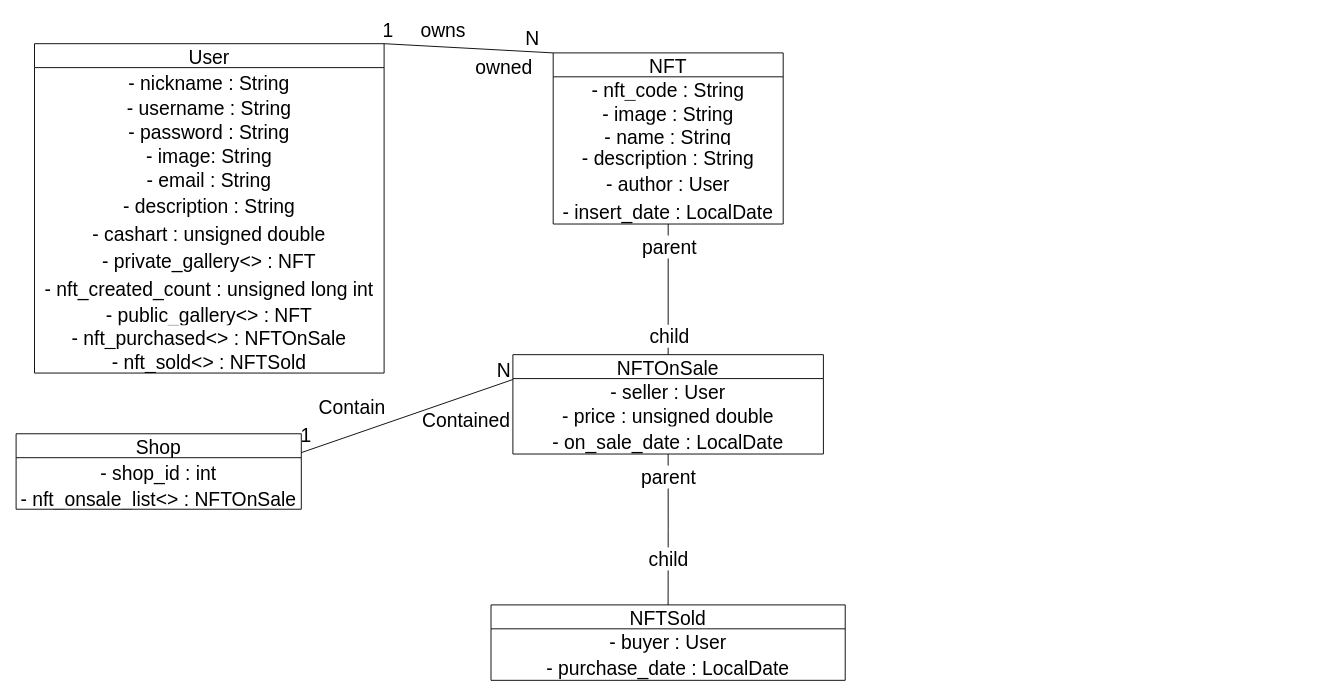
Earlier version of the draw.io diagram Data_Model.drawio (Pietroalex/Compravendita_NFT). Source tidied: cells renumbered, new cells numbered last; positions are measured from the earlier drawing's top-left corner, leaving out a move shared by most shapes. Both pictures are drawn from the tidied source at 92%, with x=0, y=0 at pixel (16, 16).
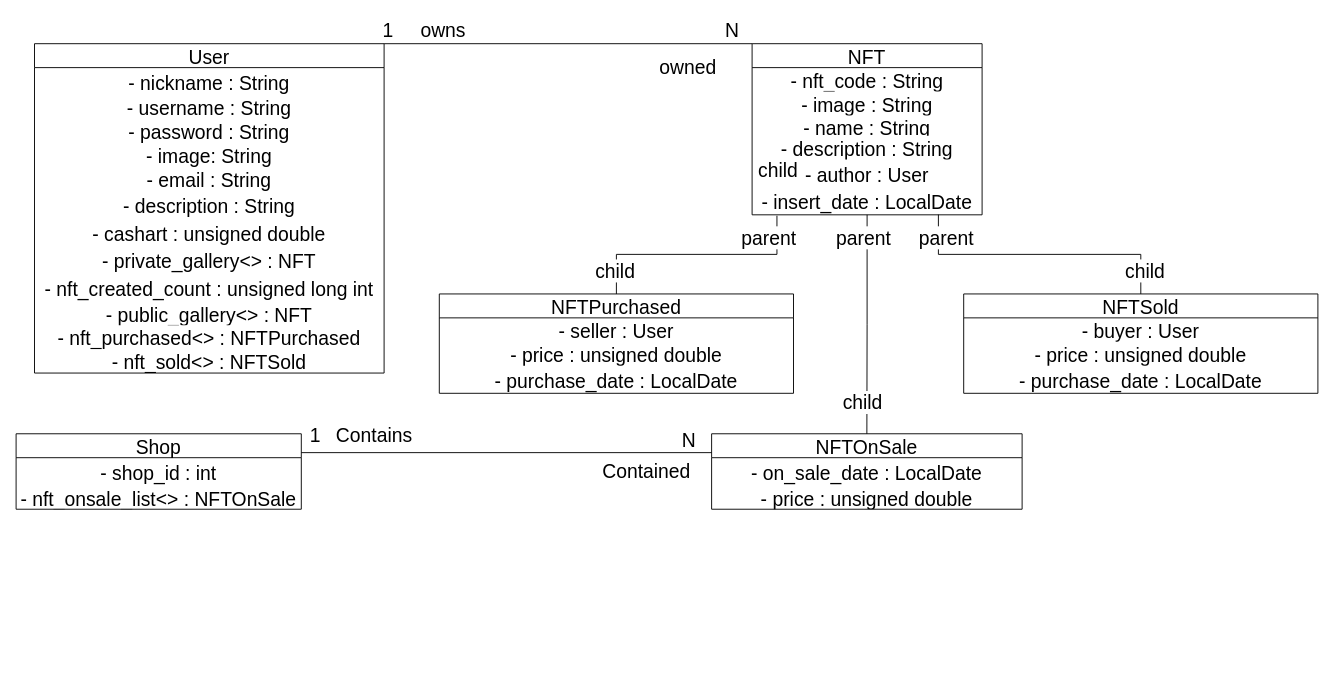
The same page after the edit.

Unchanged cells that the change refers to:
```xml
<mxCell id="2" value="User" style="swimlane;fontStyle=0;horizontal=1;startSize=26;fillColor=none;fontSize=21;labelPosition=center;verticalLabelPosition=middle;align=center;verticalAlign=middle;swimlaneLine=1;glass=0;rounded=0;shadow=0;sketch=0;spacing=2;" parent="1" vertex="1">
  <mxGeometry x="20" y="30" width="380" height="358" as="geometry" />
</mxCell>
<mxCell id="24" value="- insert_date : LocalDate" style="text;strokeColor=none;fillColor=none;spacingLeft=4;spacingRight=4;overflow=hidden;points=[[0,0.5],[1,0.5]];portConstraint=eastwest;fontSize=21;labelPosition=center;verticalLabelPosition=middle;align=center;verticalAlign=middle;" parent="18" vertex="1">
  <mxGeometry y="156" width="250" height="30" as="geometry" />
</mxCell>
<mxCell id="29" style="endArrow=none;html=1;edgeStyle=orthogonalEdgeStyle;rounded=0;entryX=0.5;entryY=0;entryDx=0;entryDy=0;exitX=0.5;exitY=1;exitDx=0;exitDy=0;fontSize=21;labelPosition=center;verticalLabelPosition=middle;align=center;verticalAlign=middle;" parent="1" edge="1" source="18" target="25">
  <mxGeometry relative="1" as="geometry" />
</mxCell>
<mxCell id="41" style="endArrow=none;html=1;rounded=0;entryX=0;entryY=0.25;entryDx=0;entryDy=0;startArrow=none;fontSize=21;labelPosition=center;verticalLabelPosition=middle;align=center;verticalAlign=middle;exitX=1;exitY=0.25;exitDx=0;exitDy=0;" parent="1" edge="1" source="15" target="25">
  <mxGeometry relative="1" as="geometry" />
</mxCell>
```

Diff of the diagram source:
```diff
@@
-    <mxCell id="13" value="- nft_purchased&lt;&gt; : NFTOnSale" style="text;strokeColor=none;fillColor=none;align=center;verticalAlign=middle;spacingLeft=4;spacingRight=4;overflow=hidden;fontSize=21;labelPosition=center;verticalLabelPosition=middle;swimlaneLine=1;glass=0;rounded=0;shadow=0;sketch=0;spacing=2;" parent="2" vertex="1">
+    <mxCell id="13" value="- nft_purchased&lt;&gt; : NFTPurchased" style="text;strokeColor=none;fillColor=none;align=center;verticalAlign=middle;spacingLeft=4;spacingRight=4;overflow=hidden;fontSize=21;labelPosition=center;verticalLabelPosition=middle;swimlaneLine=1;glass=0;rounded=0;shadow=0;sketch=0;spacing=2;" parent="2" vertex="1">
       <mxGeometry y="306" width="380" height="26" as="geometry" />
     </mxCell>
@@
     <mxCell id="18" value="NFT" style="swimlane;fontStyle=0;horizontal=1;startSize=26;fillColor=none;fontSize=21;labelPosition=center;verticalLabelPosition=middle;align=center;verticalAlign=middle;" parent="1" vertex="1">
-      <mxGeometry x="583.8" y="40" width="250" height="186" as="geometry" />
+      <mxGeometry x="800" y="30" width="250" height="186" as="geometry" />
     </mxCell>
@@
     <mxCell id="25" value="NFTOnSale" style="swimlane;fontStyle=0;horizontal=1;startSize=26;fillColor=none;fontSize=21;labelPosition=center;verticalLabelPosition=middle;align=center;verticalAlign=middle;" parent="1" vertex="1">
-      <mxGeometry x="540" y="368" width="337.5" height="108" as="geometry" />
+      <mxGeometry x="756" y="454" width="337.5" height="82" as="geometry" />
     </mxCell>
-    <mxCell id="26" value="- seller : User" style="text;strokeColor=none;fillColor=none;align=center;verticalAlign=middle;spacingLeft=4;spacingRight=4;overflow=hidden;fontSize=21;labelPosition=center;verticalLabelPosition=middle;" parent="25" vertex="1">
-      <mxGeometry y="26" width="337.5" height="26" as="geometry" />
-    </mxCell>
-    <mxCell id="27" value="- price : unsigned double" style="text;strokeColor=none;fillColor=none;align=center;verticalAlign=middle;spacingLeft=4;spacingRight=4;overflow=hidden;fontSize=21;labelPosition=center;verticalLabelPosition=middle;" parent="25" vertex="1">
-      <mxGeometry y="52" width="337.5" height="26" as="geometry" />
-    </mxCell>
     <mxCell id="28" value="- on_sale_date : LocalDate" style="text;strokeColor=none;fillColor=none;spacingLeft=4;spacingRight=4;overflow=hidden;points=[[0,0.5],[1,0.5]];portConstraint=eastwest;fontSize=21;labelPosition=center;verticalLabelPosition=middle;align=center;verticalAlign=middle;" parent="25" vertex="1">
-      <mxGeometry y="78" width="337.5" height="30" as="geometry" />
+      <mxGeometry y="26" width="337.5" height="30" as="geometry" />
     </mxCell>
+    <mxCell id="48" value="- price : unsigned double" style="text;strokeColor=none;fillColor=none;align=center;verticalAlign=middle;spacingLeft=4;spacingRight=4;overflow=hidden;fontSize=21;labelPosition=center;verticalLabelPosition=middle;" parent="25" vertex="1">
+      <mxGeometry y="56" width="337.5" height="26" as="geometry" />
+    </mxCell>
@@
     <mxCell id="30" value="parent" style="edgeLabel;html=1;align=center;verticalAlign=middle;fontSize=21;labelPosition=center;verticalLabelPosition=middle;" parent="29" vertex="1">
       <mxGeometry x="-1" relative="1" as="geometry">
-        <mxPoint x="1" y="24" as="offset" />
+        <mxPoint x="-5" y="24" as="offset" />
       </mxGeometry>
     </mxCell>
     <mxCell id="31" value="child" style="edgeLabel;html=1;align=center;verticalAlign=middle;fontSize=21;labelPosition=center;verticalLabelPosition=middle;" parent="29" vertex="1">
       <mxGeometry x="1" relative="1" as="geometry">
-        <mxPoint x="1" y="-20" as="offset" />
+        <mxPoint x="-5" y="-34" as="offset" />
       </mxGeometry>
     </mxCell>
     <mxCell id="32" value="NFTSold" style="swimlane;fontStyle=0;horizontal=1;startSize=26;fillColor=none;fontSize=21;labelPosition=center;verticalLabelPosition=middle;align=center;verticalAlign=middle;" parent="1" vertex="1">
-      <mxGeometry x="516.2" y="640" width="385" height="82" as="geometry" />
+      <mxGeometry x="1030" y="302" width="385" height="108" as="geometry" />
     </mxCell>
@@
+    <mxCell id="49" value="- price : unsigned double" style="text;strokeColor=none;fillColor=none;align=center;verticalAlign=middle;spacingLeft=4;spacingRight=4;overflow=hidden;fontSize=21;labelPosition=center;verticalLabelPosition=middle;" parent="32" vertex="1">
+      <mxGeometry y="52" width="385" height="26" as="geometry" />
+    </mxCell>
     <mxCell id="34" value="- purchase_date : LocalDate" style="text;strokeColor=none;fillColor=none;spacingLeft=4;spacingRight=4;overflow=hidden;fontSize=21;labelPosition=center;verticalLabelPosition=middle;align=center;verticalAlign=middle;" parent="32" vertex="1">
-      <mxGeometry y="52" width="385" height="30" as="geometry" />
+      <mxGeometry y="78" width="385" height="30" as="geometry" />
     </mxCell>
-    <mxCell id="35" style="endArrow=none;html=1;edgeStyle=orthogonalEdgeStyle;rounded=0;entryX=0.5;entryY=0;entryDx=0;entryDy=0;exitX=0.5;exitY=1.003;exitDx=0;exitDy=0;exitPerimeter=0;startArrow=none;fontSize=21;labelPosition=center;verticalLabelPosition=middle;align=center;verticalAlign=middle;" parent="1" edge="1" source="28" target="32">
+    <mxCell id="35" style="endArrow=none;html=1;edgeStyle=orthogonalEdgeStyle;rounded=0;entryX=0.5;entryY=0;entryDx=0;entryDy=0;startArrow=none;fontSize=21;labelPosition=center;verticalLabelPosition=middle;align=center;verticalAlign=middle;exitX=0.81;exitY=0.992;exitDx=0;exitDy=0;exitPerimeter=0;" parent="1" edge="1" source="24" target="32">
       <mxGeometry relative="1" as="geometry" />
     </mxCell>
     <mxCell id="36" value="child" style="edgeLabel;html=1;align=center;verticalAlign=middle;fontSize=21;labelPosition=center;verticalLabelPosition=middle;" parent="35" vertex="1">
       <mxGeometry x="1" relative="1" as="geometry">
-        <mxPoint y="-50" as="offset" />
+        <mxPoint x="4" y="-25" as="offset" />
       </mxGeometry>
     </mxCell>
@@
     <mxCell id="42" value="N" style="html=1;align=center;verticalAlign=middle;fontSize=21;labelPosition=center;verticalLabelPosition=middle;" parent="41" vertex="1">
       <mxGeometry x="1" relative="1" as="geometry">
-        <mxPoint x="-10" y="-11" as="offset" />
+        <mxPoint x="-26" y="-14" as="offset" />
       </mxGeometry>
     </mxCell>
     <mxCell id="43" value="1" style="text;html=1;align=center;verticalAlign=middle;strokeColor=none;fillColor=none;fontSize=21;" parent="1" vertex="1">
-      <mxGeometry x="300" y="440" width="30" height="30" as="geometry" />
+      <mxGeometry x="310" y="440" width="30" height="30" as="geometry" />
     </mxCell>
     <mxCell id="44" value="parent" style="edgeLabel;html=1;align=center;verticalAlign=middle;fontSize=21;labelPosition=center;verticalLabelPosition=middle;" parent="1" vertex="1">
-      <mxGeometry x="708.8" y="500" as="geometry" />
+      <mxGeometry x="1010" y="240" as="geometry" />
     </mxCell>
-    <mxCell id="45" value="Contain" style="text;html=1;align=center;verticalAlign=middle;strokeColor=none;fillColor=none;fontSize=21;" parent="1" vertex="1">
-      <mxGeometry x="320" y="410" width="90" height="30" as="geometry" />
+    <mxCell id="45" value="Contains" style="text;html=1;align=center;verticalAlign=middle;strokeColor=none;fillColor=none;fontSize=21;" parent="1" vertex="1">
+      <mxGeometry x="339" y="440" width="100" height="30" as="geometry" />
     </mxCell>
     <mxCell id="46" value="Contained" style="text;html=1;align=center;verticalAlign=middle;strokeColor=none;fillColor=none;fontSize=21;" parent="1" vertex="1">
-      <mxGeometry x="434" y="424" width="110" height="30" as="geometry" />
+      <mxGeometry x="630" y="480" width="110" height="30" as="geometry" />
     </mxCell>
     <mxCell id="47" value="owned" style="text;html=1;align=center;verticalAlign=middle;strokeColor=none;fillColor=none;fontSize=21;" parent="1" vertex="1">
-      <mxGeometry x="490" y="40" width="80" height="30" as="geometry" />
+      <mxGeometry x="690" y="40" width="80" height="30" as="geometry" />
     </mxCell>
+    <mxCell id="50" value="NFTPurchased" style="swimlane;fontStyle=0;horizontal=1;startSize=26;fillColor=none;fontSize=21;labelPosition=center;verticalLabelPosition=middle;align=center;verticalAlign=middle;" parent="1" vertex="1">
+      <mxGeometry x="460" y="302" width="385" height="108" as="geometry" />
+    </mxCell>
+    <mxCell id="26" value="- seller : User" style="text;strokeColor=none;fillColor=none;align=center;verticalAlign=middle;spacingLeft=4;spacingRight=4;overflow=hidden;fontSize=21;labelPosition=center;verticalLabelPosition=middle;" parent="50" vertex="1">
+      <mxGeometry y="26" width="385" height="26" as="geometry" />
+    </mxCell>
+    <mxCell id="27" value="- price : unsigned double" style="text;strokeColor=none;fillColor=none;align=center;verticalAlign=middle;spacingLeft=4;spacingRight=4;overflow=hidden;fontSize=21;labelPosition=center;verticalLabelPosition=middle;" parent="50" vertex="1">
+      <mxGeometry y="52" width="385" height="26" as="geometry" />
+    </mxCell>
+    <mxCell id="51" value="- purchase_date : LocalDate" style="text;strokeColor=none;fillColor=none;spacingLeft=4;spacingRight=4;overflow=hidden;fontSize=21;labelPosition=center;verticalLabelPosition=middle;align=center;verticalAlign=middle;" parent="50" vertex="1">
+      <mxGeometry y="78" width="385" height="30" as="geometry" />
+    </mxCell>
+    <mxCell id="52" style="endArrow=none;html=1;edgeStyle=orthogonalEdgeStyle;rounded=0;entryX=0.108;entryY=1.033;entryDx=0;entryDy=0;startArrow=none;fontSize=21;labelPosition=center;verticalLabelPosition=middle;align=center;verticalAlign=middle;exitX=0.5;exitY=0;exitDx=0;exitDy=0;entryPerimeter=0;" parent="1" edge="1" source="50" target="24">
+      <mxGeometry relative="1" as="geometry" />
+    </mxCell>
+    <mxCell id="53" value="child" style="edgeLabel;html=1;align=center;verticalAlign=middle;fontSize=21;labelPosition=center;verticalLabelPosition=middle;" parent="52" vertex="1">
+      <mxGeometry x="1" relative="1" as="geometry">
+        <mxPoint y="-50" as="offset" />
+      </mxGeometry>
+    </mxCell>
+    <mxCell id="54" value="parent" style="edgeLabel;html=1;align=center;verticalAlign=middle;fontSize=21;labelPosition=center;verticalLabelPosition=middle;" parent="1" vertex="1">
+      <mxGeometry x="817" y="240" as="geometry" />
+    </mxCell>
+    <mxCell id="55" value="child" style="edgeLabel;html=1;align=center;verticalAlign=middle;fontSize=21;labelPosition=center;verticalLabelPosition=middle;" parent="1" vertex="1">
+      <mxGeometry x="929.8" y="429.8" as="geometry">
+        <mxPoint x="-279" y="-153" as="offset" />
+      </mxGeometry>
+    </mxCell>
```
